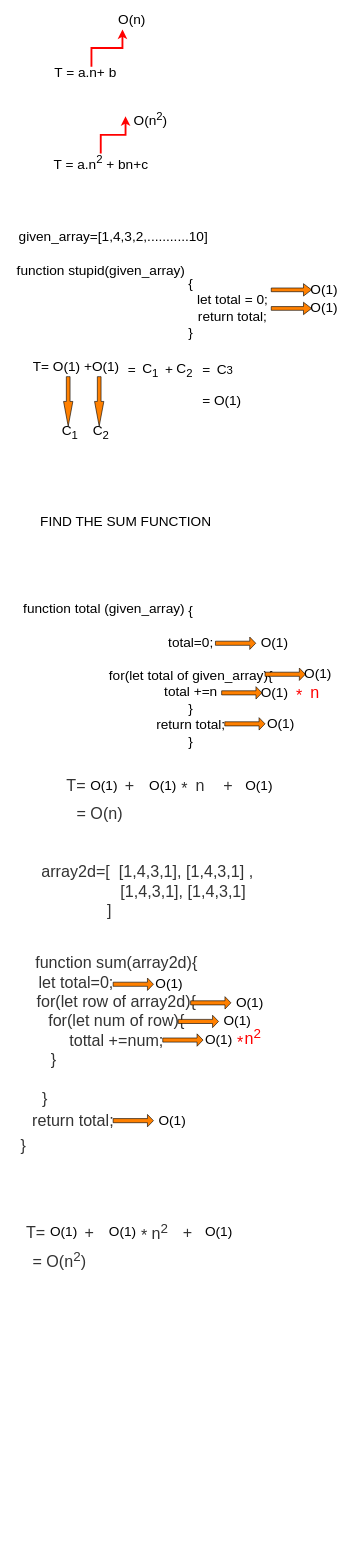
AysunItai/BlueRidgeHotel keeps this draw.io diagram as algorithms and data structures.drawio. Above is the earlier version. Source tidied: cells renumbered, new cells numbered last; positions are measured from the earlier drawing's top-left corner, leaving out a move shared by most shapes. Both pictures are drawn from the tidied source at 62%, with x=0, y=0 at pixel (11, 11).
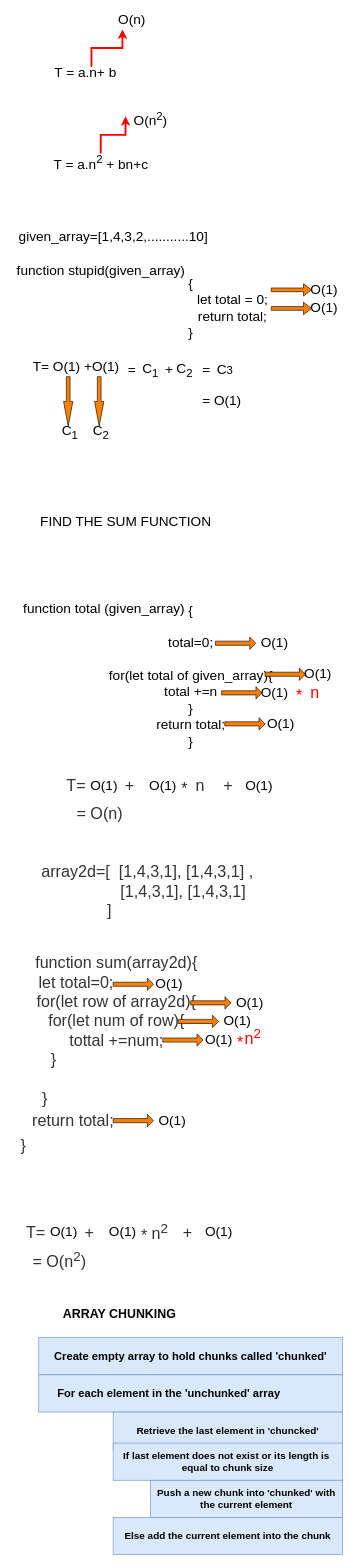
Above is the later version.

Diff of the diagram source:
```diff
@@
+    <mxCell id="74" value="&lt;font style=&quot;font-size: 20px&quot;&gt;&lt;b&gt;ARRAY CHUNKING&lt;/b&gt;&lt;/font&gt;" style="text;html=1;align=center;verticalAlign=middle;strokeColor=none;fillColor=none;" parent="1" vertex="1">
+      <mxGeometry x="75" y="2090" width="200" height="20" as="geometry" />
+    </mxCell>
+    <mxCell id="75" value="&lt;font style=&quot;font-size: 18px&quot;&gt;&lt;b&gt;Create empty array to hold chunks called 'chunked'&lt;/b&gt;&lt;/font&gt;" style="rounded=0;whiteSpace=wrap;html=1;fillColor=#dae8fc;strokeColor=#6c8ebf;" parent="1" vertex="1">
+      <mxGeometry x="45" y="2140" width="490" height="60" as="geometry" />
+    </mxCell>
+    <mxCell id="76" value="&lt;span style=&quot;font-size: 18px&quot;&gt;&lt;b&gt;For each element in the 'unchunked' array&amp;nbsp; &amp;nbsp; &amp;nbsp; &amp;nbsp; &amp;nbsp; &amp;nbsp; &amp;nbsp;&amp;nbsp;&lt;/b&gt;&lt;/span&gt;" style="rounded=0;whiteSpace=wrap;html=1;fillColor=#dae8fc;strokeColor=#6c8ebf;" parent="1" vertex="1">
+      <mxGeometry x="45" y="2200" width="490" height="60" as="geometry" />
+    </mxCell>
+    <mxCell id="77" value="&lt;font style=&quot;font-size: 16px&quot;&gt;&lt;b&gt;Retrieve the last element in 'chuncked'&lt;/b&gt;&lt;/font&gt;" style="rounded=0;whiteSpace=wrap;html=1;fillColor=#dae8fc;strokeColor=#6c8ebf;" parent="1" vertex="1">
+      <mxGeometry x="165" y="2260" width="370" height="60" as="geometry" />
+    </mxCell>
+    <mxCell id="78" value="&lt;span style=&quot;font-size: 16px&quot;&gt;&lt;b&gt;If last element does not exist or its length is&amp;nbsp;&lt;br&gt;equal to chunk size&lt;br&gt;&lt;/b&gt;&lt;/span&gt;" style="rounded=0;whiteSpace=wrap;html=1;fillColor=#dae8fc;strokeColor=#6c8ebf;" parent="1" vertex="1">
+      <mxGeometry x="165" y="2310" width="370" height="60" as="geometry" />
+    </mxCell>
+    <mxCell id="79" value="&lt;span style=&quot;font-size: 16px&quot;&gt;&lt;b&gt;Push a new chunk into 'chunked' with the current element&lt;br&gt;&lt;/b&gt;&lt;/span&gt;" style="rounded=0;whiteSpace=wrap;html=1;fillColor=#dae8fc;strokeColor=#6c8ebf;" parent="1" vertex="1">
+      <mxGeometry x="225" y="2370" width="310" height="60" as="geometry" />
+    </mxCell>
+    <mxCell id="80" value="&lt;span style=&quot;font-size: 16px&quot;&gt;&lt;b&gt;Else add the current element into the chunk&lt;br&gt;&lt;/b&gt;&lt;/span&gt;" style="rounded=0;whiteSpace=wrap;html=1;fillColor=#dae8fc;strokeColor=#6c8ebf;" parent="1" vertex="1">
+      <mxGeometry x="165" y="2430" width="370" height="60" as="geometry" />
+    </mxCell>
```
